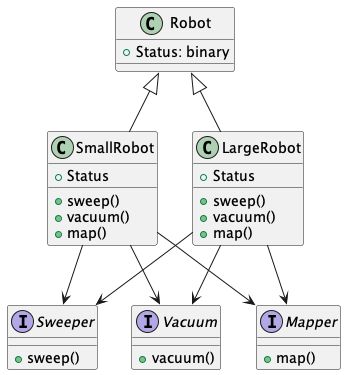
This is docs/design/class_diagram/robot_class_diagram.png from ur-cs-courses/course-project-silver-bullet, a PlantUML export, as it was before one commit.
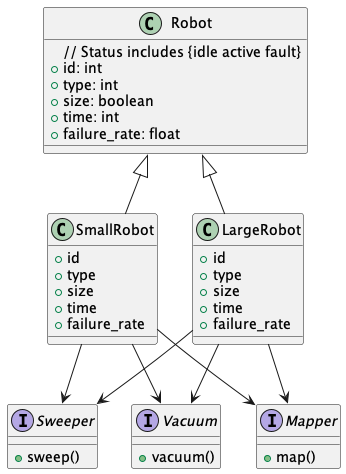
After the commit.

Commit message:
modify the robot calss diagram

add more attributes into robot's class diagram. and upload the related png file

Change to the diagram source:
```diff
@@ -1,20 +1,27 @@
 @startuml
 class Robot {
-    +Status: binary
+// Status includes {idle active fault}
+    +id: int
+    +type: int
+    +size: boolean
+    +time: int
+    +failure_rate: float
 }
 
 class SmallRobot {
-    +Status
-    +sweep()
-    +vacuum()
-    +map()
+    +id
+    +type
+    +size
+    +time
+    +failure_rate
 }
 
 class LargeRobot {
-    +Status
-    +sweep()
-    +vacuum()
-    +map()
+    +id
+    +type
+    +size
+    +time
+    +failure_rate
 }
 
 interface Sweeper {
```
